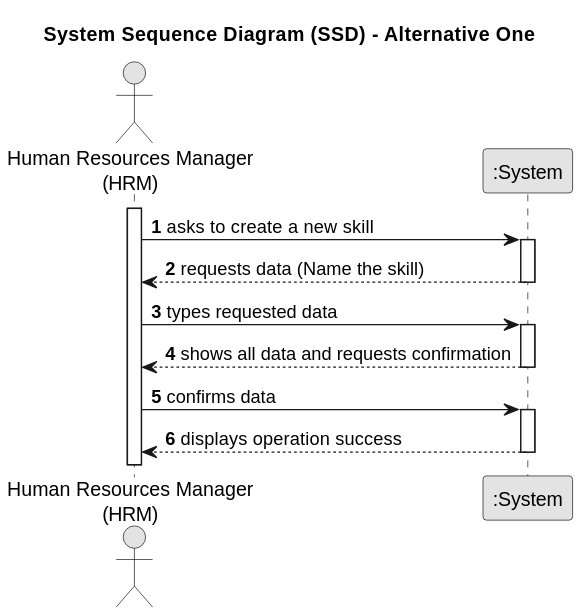
Above: docs/sprintC/us001/01.requirements-engineering/svg/us001-system-sequence-diagram.svg in Mendoncaa/LAPR2 (PlantUML), before the change. Source of this version:
```plantuml
@startuml
skinparam monochrome true
skinparam packageStyle rectangle
skinparam shadowing false

title System Sequence Diagram (SSD) - Alternative One

autonumber

actor "Human Resources Manager\n(HRM)" as Employee
participant ":System" as System

activate Employee

    Employee -> System : asks to create a new skill
    activate System

        System --> Employee : requests data (Name the skill)
    deactivate System

    Employee -> System : types requested data
    activate System

    System --> Employee : shows all data and requests confirmation
        deactivate System

        Employee -> System : confirms data
        activate System

        System --> Employee : displays operation success
    deactivate System
@enduml
```
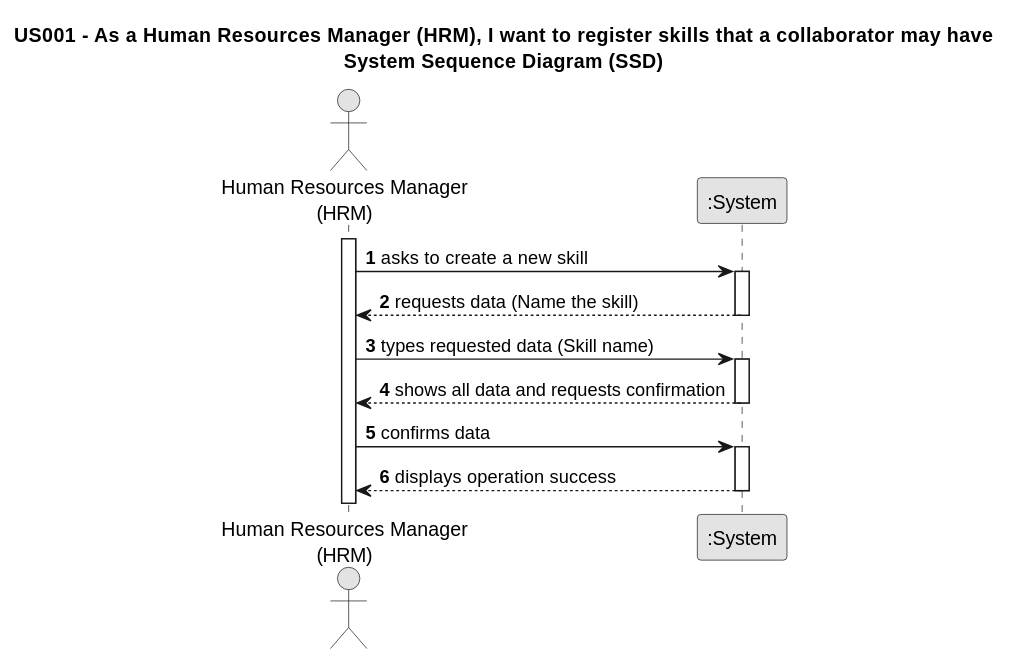
Above is the later version.

The edit, as a diff of the source:
```diff
@@ -3,7 +3,7 @@
 skinparam packageStyle rectangle
 skinparam shadowing false
 
-title System Sequence Diagram (SSD) - Alternative One
+title US001 - As a Human Resources Manager (HRM), I want to register skills that a collaborator may have\nSystem Sequence Diagram (SSD)
 
 autonumber
 
@@ -18,7 +18,7 @@
         System --> Employee : requests data (Name the skill)
     deactivate System
 
-    Employee -> System : types requested data
+    Employee -> System : types requested data (Skill name)
     activate System
 
     System --> Employee : shows all data and requests confirmation
```
